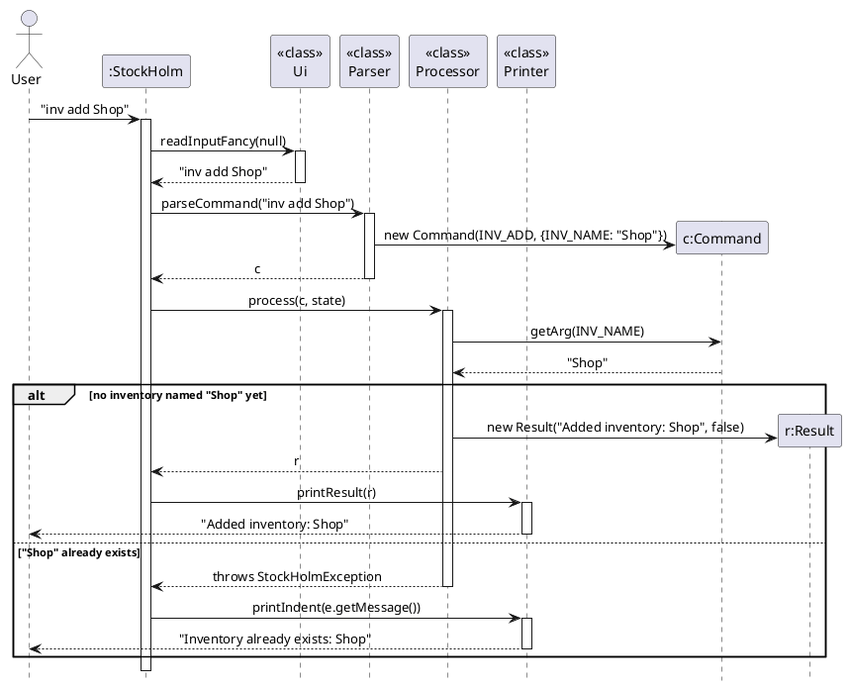
Before: docs/images/InvAddSequence.png, a diagram exported from PlantUML (AY2627S1-CS2113-W14-4/tp).
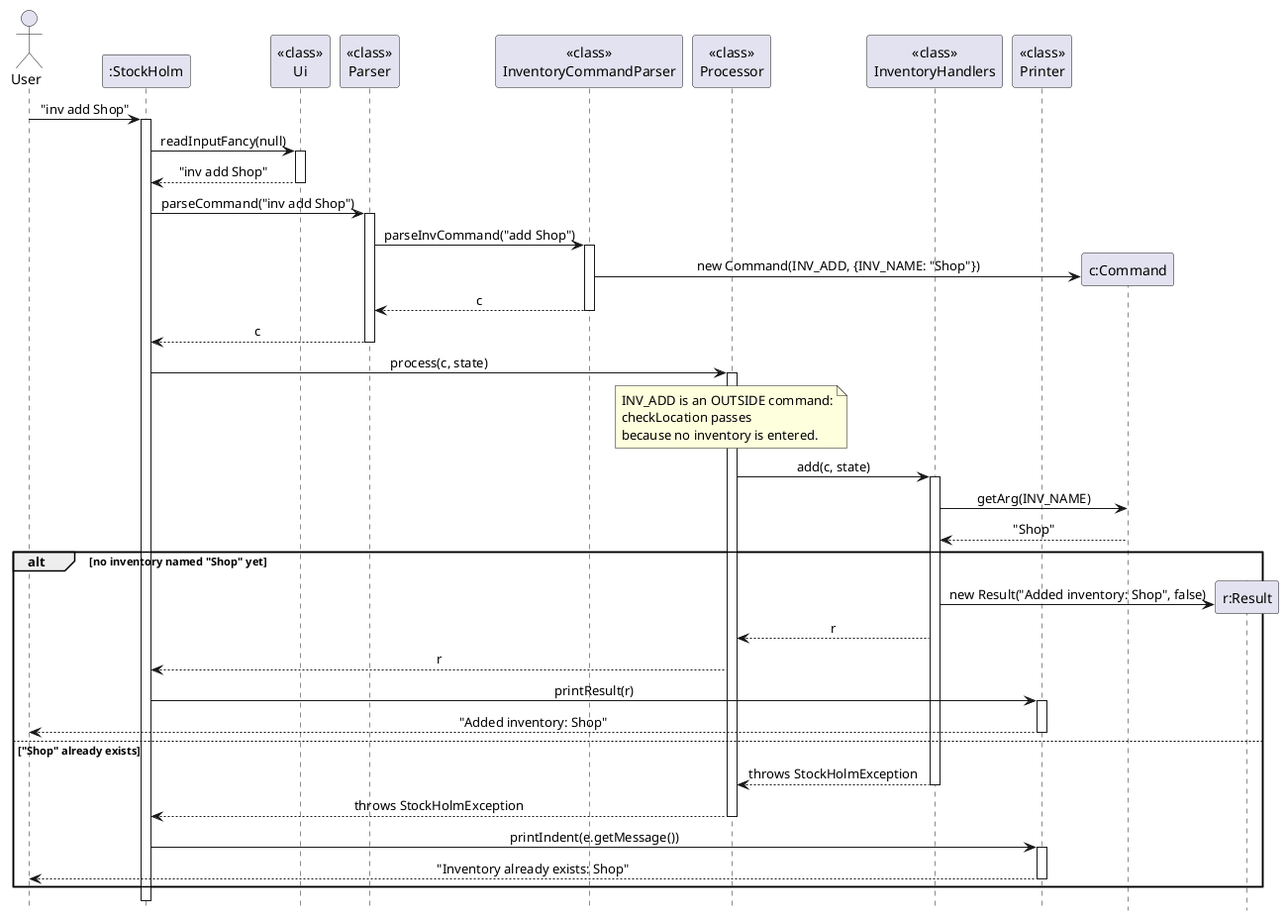
After the change.

The edit, as a diff of the source:
```diff
@@ -6,7 +6,9 @@
 participant ":StockHolm" as Main
 participant "<<class>>\nUi" as Ui
 participant "<<class>>\nParser" as Parser
+participant "<<class>>\nInventoryCommandParser" as InvParser
 participant "<<class>>\nProcessor" as Processor
+participant "<<class>>\nInventoryHandlers" as Handlers
 participant "<<class>>\nPrinter" as Printer
 
 User -> Main : "inv add Shop"
@@ -18,24 +20,38 @@
 
 Main -> Parser : parseCommand("inv add Shop")
 activate Parser
+Parser -> InvParser : parseInvCommand("add Shop")
+activate InvParser
 create participant "c:Command" as Cmd
-Parser -> Cmd : new Command(INV_ADD, {INV_NAME: "Shop"})
+InvParser -> Cmd : new Command(INV_ADD, {INV_NAME: "Shop"})
+InvParser --> Parser : c
+deactivate InvParser
 Parser --> Main : c
 deactivate Parser
 
 Main -> Processor : process(c, state)
 activate Processor
-Processor -> Cmd : getArg(INV_NAME)
-Cmd --> Processor : "Shop"
+note over Processor
+    INV_ADD is an OUTSIDE command:
+    checkLocation passes
+    because no inventory is entered.
+end note
+Processor -> Handlers : add(c, state)
+activate Handlers
+Handlers -> Cmd : getArg(INV_NAME)
+Cmd --> Handlers : "Shop"
 alt no inventory named "Shop" yet
     create participant "r:Result" as Res
-    Processor -> Res : new Result("Added inventory: Shop", false)
+    Handlers -> Res : new Result("Added inventory: Shop", false)
+    Handlers --> Processor : r
     Processor --> Main : r
     Main -> Printer : printResult(r)
     activate Printer
     Printer --> User : "Added inventory: Shop"
     deactivate Printer
 else "Shop" already exists
+    Handlers --> Processor : throws StockHolmException
+    deactivate Handlers
     Processor --> Main : throws StockHolmException
     deactivate Processor
     Main -> Printer : printIndent(e.getMessage())
```
